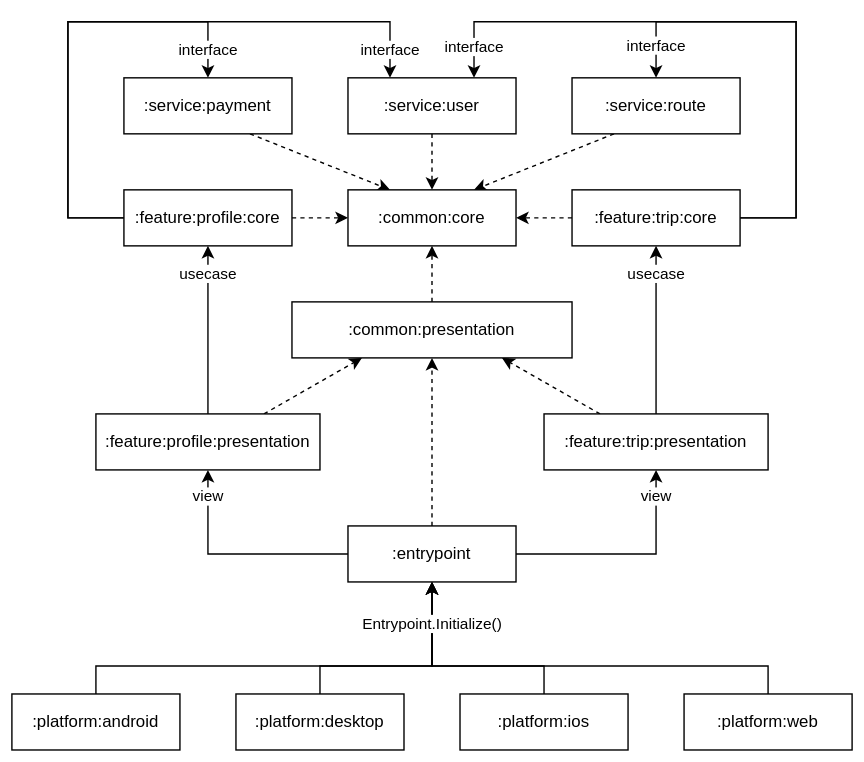
The draw.io diagram media/flip-dependencies.svg in numq/flip, before a commit. Source tidied: cells renumbered, new cells last; positions are measured from the earlier drawing's top-left corner, leaving out a move shared by most shapes.
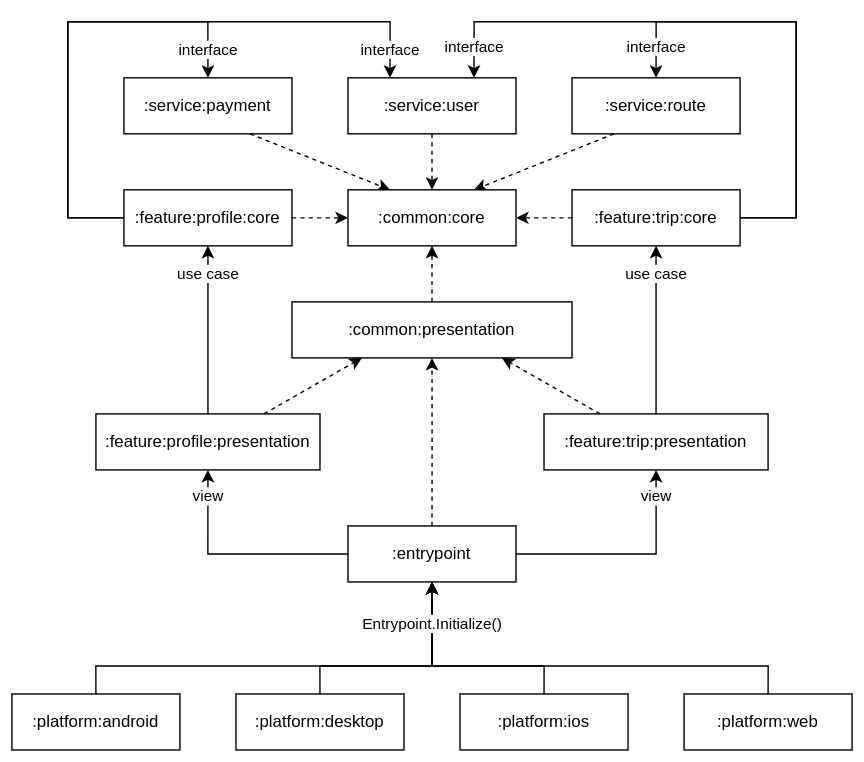
The same file after the commit.

What changed in the source:
```diff
@@ -56,7 +56,7 @@
     <mxCell id="13" value=":feature:profile:core" style="rounded=0;whiteSpace=wrap;html=1;" parent="1" vertex="1">
       <mxGeometry x="80" y="120" width="120" height="40" as="geometry" />
     </mxCell>
-    <mxCell id="14" value="usecase" style="edgeStyle=orthogonalEdgeStyle;rounded=0;jettySize=auto;html=1;entryX=0.5;entryY=1;entryDx=0;entryDy=0;" parent="1" edge="1" source="16" target="20">
+    <mxCell id="14" value="use case" style="edgeStyle=orthogonalEdgeStyle;rounded=0;jettySize=auto;html=1;entryX=0.5;entryY=1;entryDx=0;entryDy=0;" parent="1" edge="1" source="16" target="20">
       <mxGeometry x="0.67" relative="1" as="geometry" />
     </mxCell>
     <mxCell id="15" style="rounded=0;jettySize=auto;html=1;exitX=0.25;exitY=0;exitDx=0;exitDy=0;entryX=0.75;entryY=1;entryDx=0;entryDy=0;dashed=1;" parent="1" edge="1" source="16" target="36">
@@ -89,7 +89,7 @@
     <mxCell id="20" value=":feature:trip:core" style="rounded=0;whiteSpace=wrap;html=1;" parent="1" vertex="1">
       <mxGeometry x="400" y="120" width="120" height="40" as="geometry" />
     </mxCell>
-    <mxCell id="21" value="usecase" style="edgeStyle=orthogonalEdgeStyle;rounded=0;jettySize=auto;html=1;exitX=0.5;exitY=0;exitDx=0;exitDy=0;entryX=0.5;entryY=1;entryDx=0;entryDy=0;" parent="1" edge="1" source="23" target="13">
+    <mxCell id="21" value="use case" style="edgeStyle=orthogonalEdgeStyle;rounded=0;jettySize=auto;html=1;exitX=0.5;exitY=0;exitDx=0;exitDy=0;entryX=0.5;entryY=1;entryDx=0;entryDy=0;" parent="1" edge="1" source="23" target="13">
       <mxGeometry x="0.67" relative="1" as="geometry" />
     </mxCell>
     <mxCell id="22" style="rounded=0;jettySize=auto;html=1;exitX=0.75;exitY=0;exitDx=0;exitDy=0;entryX=0.25;entryY=1;entryDx=0;entryDy=0;dashed=1;" parent="1" edge="1" source="23" target="36">
```
